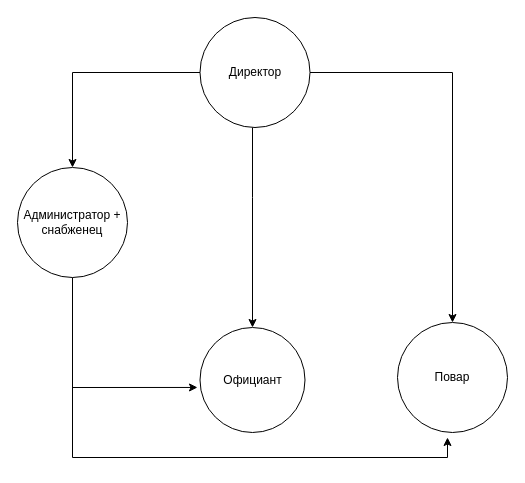
The draw.io diagram Untitled Diagram.drawio in Quenke/job4j_elementary, before the edit. Source tidied: cells renumbered, new cells numbered last; positions are measured from the earlier drawing's top-left corner, leaving out a move shared by most shapes. Both pictures are drawn from the tidied source at 100%, with x=0, y=0 at pixel (17, 17).
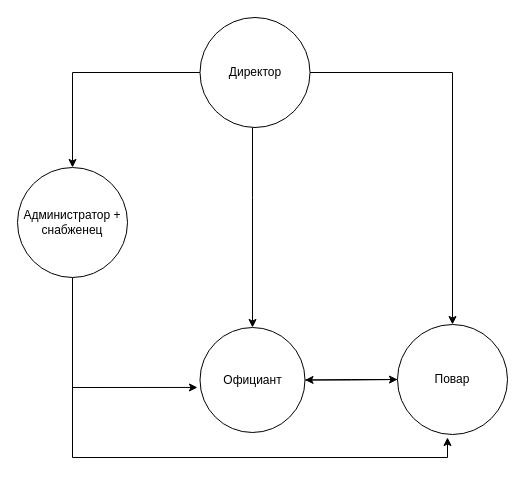
Above is the later version.

Commit message (it also covers changes not shown here):
Схема подчиненности кафе

Change to the diagram source:
```diff
@@
 <mxGraphModel>
   <root>
     <mxCell id="0" />
     <mxCell id="1" parent="0" />
     <mxCell id="2" style="edgeStyle=orthogonalEdgeStyle;rounded=0;jettySize=auto;html=1;entryX=0.5;entryY=0;entryDx=0;entryDy=0;" parent="1" edge="1" source="5" target="10">
       <mxGeometry relative="1" as="geometry" />
     </mxCell>
     <mxCell id="3" style="edgeStyle=orthogonalEdgeStyle;rounded=0;jettySize=auto;html=1;" parent="1" edge="1" source="5" target="7">
       <mxGeometry relative="1" as="geometry">
         <Array as="points">
           <mxPoint x="235" y="180" />
           <mxPoint x="235" y="180" />
         </Array>
       </mxGeometry>
     </mxCell>
     <mxCell id="4" style="edgeStyle=orthogonalEdgeStyle;rounded=0;jettySize=auto;html=1;entryX=0.5;entryY=0;entryDx=0;entryDy=0;" parent="1" edge="1" source="5" target="6">
       <mxGeometry relative="1" as="geometry" />
     </mxCell>
     <mxCell id="5" value="Директор" style="ellipse;whiteSpace=wrap;html=1;" parent="1" vertex="1">
       <mxGeometry x="182.5" width="110" height="110" as="geometry" />
     </mxCell>
+    <mxCell id="11" style="edgeStyle=orthogonalEdgeStyle;rounded=0;jettySize=auto;html=1;entryX=1;entryY=0.5;entryDx=0;entryDy=0;" parent="1" edge="1" source="6" target="7">
+      <mxGeometry relative="1" as="geometry" />
+    </mxCell>
     <mxCell id="6" value="Повар" style="ellipse;whiteSpace=wrap;html=1;" parent="1" vertex="1">
-      <mxGeometry x="380" y="305" width="110" height="110" as="geometry" />
+      <mxGeometry x="380" y="307" width="110" height="110" as="geometry" />
     </mxCell>
+    <mxCell id="12" style="edgeStyle=orthogonalEdgeStyle;rounded=0;jettySize=auto;html=1;entryX=0;entryY=0.5;entryDx=0;entryDy=0;" parent="1" edge="1" source="7" target="6">
+      <mxGeometry relative="1" as="geometry" />
+    </mxCell>
     <mxCell id="7" value="Официант" style="ellipse;whiteSpace=wrap;html=1;" parent="1" vertex="1">
       <mxGeometry x="182.5" y="310" width="105" height="105" as="geometry" />
     </mxCell>
     <mxCell id="8" style="edgeStyle=orthogonalEdgeStyle;rounded=0;jettySize=auto;html=1;entryX=-0.024;entryY=0.571;entryDx=0;entryDy=0;entryPerimeter=0;" parent="1" edge="1" source="10" target="7">
       <mxGeometry relative="1" as="geometry">
         <Array as="points">
           <mxPoint x="55" y="370" />
         </Array>
       </mxGeometry>
     </mxCell>
     <mxCell id="9" style="edgeStyle=orthogonalEdgeStyle;rounded=0;jettySize=auto;html=1;" parent="1" edge="1" source="10">
       <mxGeometry relative="1" as="geometry">
         <mxPoint x="430" y="420" as="targetPoint" />
         <Array as="points">
           <mxPoint x="55" y="440" />
           <mxPoint x="430" y="440" />
         </Array>
       </mxGeometry>
     </mxCell>
     <mxCell id="10" value="Администратор + снабженец" style="ellipse;whiteSpace=wrap;html=1;" parent="1" vertex="1">
       <mxGeometry y="150" width="110" height="110" as="geometry" />
     </mxCell>
   </root>
 </mxGraphModel>
```
